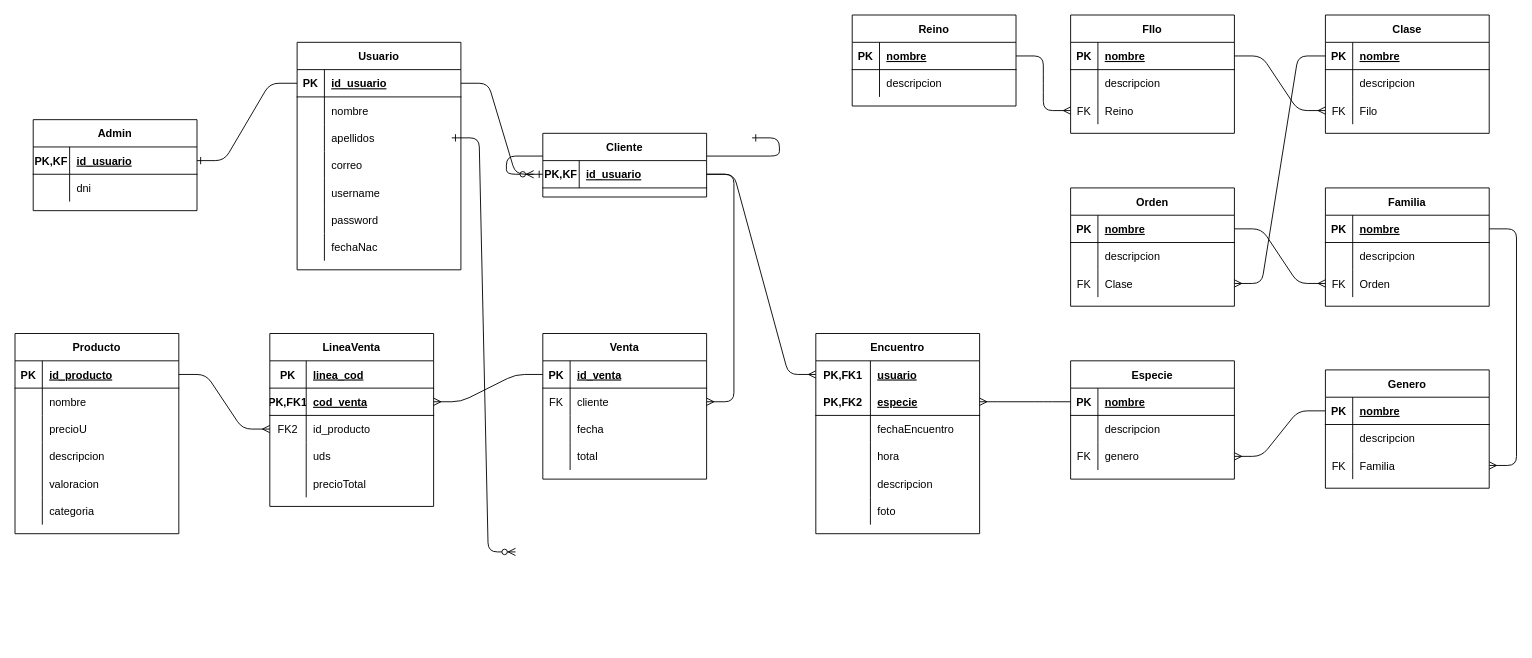
Earlier version of the draw.io diagram proyecto.drawio (krobert151/proyecto). Source tidied: cells renumbered, new cells numbered last; positions are measured from the earlier drawing's top-left corner, leaving out a move shared by most shapes. Both pictures are drawn from the tidied source at 91%, with x=0, y=0 at pixel (15, 15).
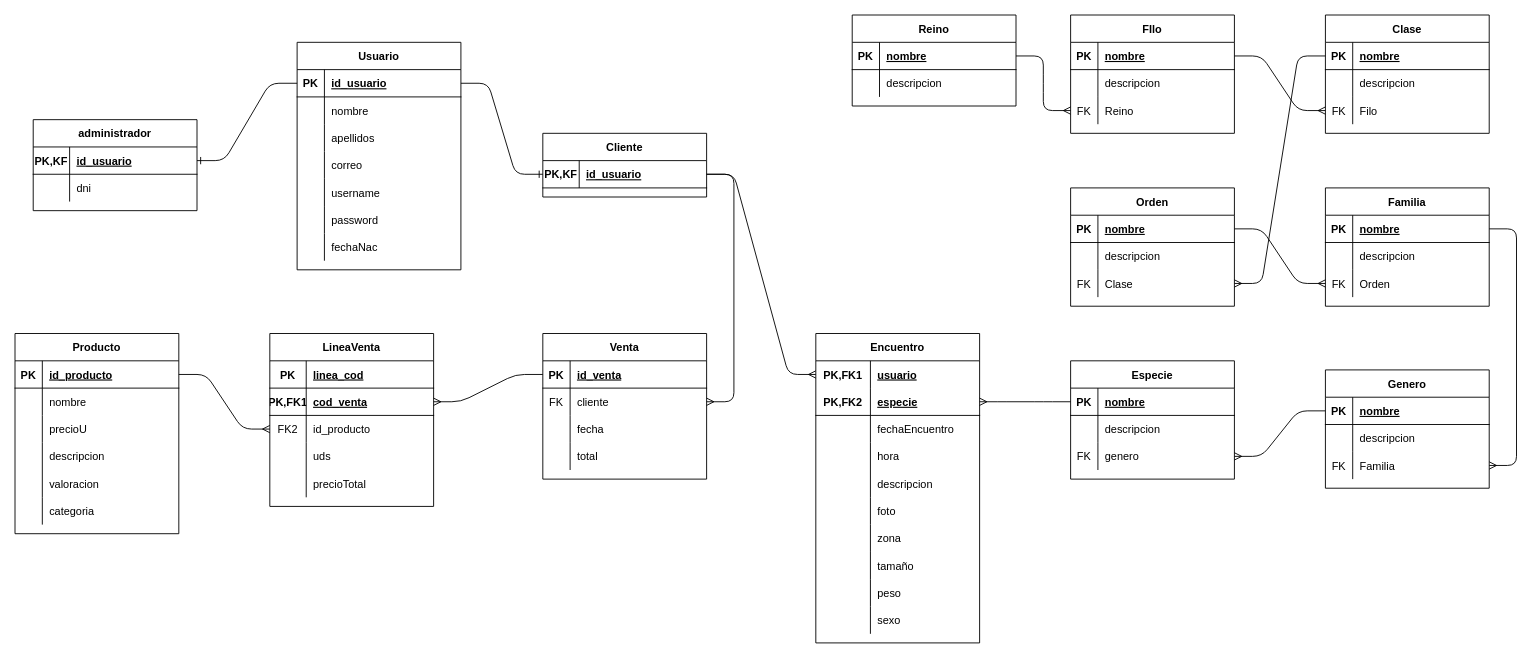
The same diagram, later.

The edit, as a diff of the source:
```diff
@@
-    <mxCell id="2" style="edgeStyle=entityRelationEdgeStyle;endArrow=ERzeroToMany;startArrow=ERone;endFill=1;startFill=0;" parent="1" edge="1">
-      <mxGeometry relative="1" as="geometry">
-        <mxPoint x="480" y="135" as="sourcePoint" />
-        <mxPoint x="550" y="590" as="targetPoint" />
-      </mxGeometry>
-    </mxCell>
-    <mxCell id="3" style="edgeStyle=entityRelationEdgeStyle;endArrow=ERzeroToMany;startArrow=ERone;endFill=1;startFill=0;" parent="1" edge="1">
-      <mxGeometry relative="1" as="geometry">
-        <mxPoint x="810" y="135" as="sourcePoint" />
-        <mxPoint x="570" y="175" as="targetPoint" />
-      </mxGeometry>
-    </mxCell>
@@
-    <mxCell id="26" value="Admin" style="shape=table;startSize=30;childLayout=tableLayout;rowLines=0;fontStyle=1;align=center;" parent="1" vertex="1">
+    <mxCell id="26" value="administrador" style="shape=table;startSize=30;childLayout=tableLayout;rowLines=0;fontStyle=1;align=center;" parent="1" vertex="1">
       <mxGeometry x="20" y="115" width="180" height="100" as="geometry" />
     </mxCell>
@@
     <mxCell id="106" value="Encuentro" style="shape=table;startSize=30;childLayout=tableLayout;rowLines=0;fontStyle=1;align=center;" parent="1" vertex="1">
-      <mxGeometry x="880" y="350" width="180" height="220" as="geometry" />
+      <mxGeometry x="880" y="350" width="180" height="340" as="geometry" />
     </mxCell>
@@
+    <mxCell id="184" style="shape=partialRectangle;fillColor=none;top=0;left=0;bottom=0;right=0;" parent="106" vertex="1">
+      <mxGeometry y="210" width="180" height="30" as="geometry" />
+    </mxCell>
+    <mxCell id="185" style="shape=partialRectangle;fillColor=none;top=0;left=0;bottom=0;right=0;overflow=hidden;" parent="184" vertex="1">
+      <mxGeometry width="60" height="30" as="geometry" />
+    </mxCell>
+    <mxCell id="186" value="zona" style="shape=partialRectangle;fillColor=none;top=0;left=0;bottom=0;right=0;align=left;spacingLeft=6;overflow=hidden;" parent="184" vertex="1">
+      <mxGeometry x="60" width="120" height="30" as="geometry" />
+    </mxCell>
+    <mxCell id="187" style="shape=partialRectangle;fillColor=none;top=0;left=0;bottom=0;right=0;" parent="106" vertex="1">
+      <mxGeometry y="240" width="180" height="30" as="geometry" />
+    </mxCell>
+    <mxCell id="188" style="shape=partialRectangle;fillColor=none;top=0;left=0;bottom=0;right=0;overflow=hidden;" parent="187" vertex="1">
+      <mxGeometry width="60" height="30" as="geometry" />
+    </mxCell>
+    <mxCell id="189" value="tamaño" style="shape=partialRectangle;fillColor=none;top=0;left=0;bottom=0;right=0;align=left;spacingLeft=6;overflow=hidden;" parent="187" vertex="1">
+      <mxGeometry x="60" width="120" height="30" as="geometry" />
+    </mxCell>
+    <mxCell id="190" style="shape=partialRectangle;fillColor=none;top=0;left=0;bottom=0;right=0;" parent="106" vertex="1">
+      <mxGeometry y="270" width="180" height="30" as="geometry" />
+    </mxCell>
+    <mxCell id="191" style="shape=partialRectangle;fillColor=none;top=0;left=0;bottom=0;right=0;overflow=hidden;" parent="190" vertex="1">
+      <mxGeometry width="60" height="30" as="geometry" />
+    </mxCell>
+    <mxCell id="192" value="peso" style="shape=partialRectangle;fillColor=none;top=0;left=0;bottom=0;right=0;align=left;spacingLeft=6;overflow=hidden;" parent="190" vertex="1">
+      <mxGeometry x="60" width="120" height="30" as="geometry" />
+    </mxCell>
+    <mxCell id="193" style="shape=partialRectangle;fillColor=none;top=0;left=0;bottom=0;right=0;" parent="106" vertex="1">
+      <mxGeometry y="300" width="180" height="30" as="geometry" />
+    </mxCell>
+    <mxCell id="194" style="shape=partialRectangle;fillColor=none;top=0;left=0;bottom=0;right=0;overflow=hidden;" parent="193" vertex="1">
+      <mxGeometry width="60" height="30" as="geometry" />
+    </mxCell>
+    <mxCell id="195" value="sexo" style="shape=partialRectangle;fillColor=none;top=0;left=0;bottom=0;right=0;align=left;spacingLeft=6;overflow=hidden;" parent="193" vertex="1">
+      <mxGeometry x="60" width="120" height="30" as="geometry" />
+    </mxCell>
```
